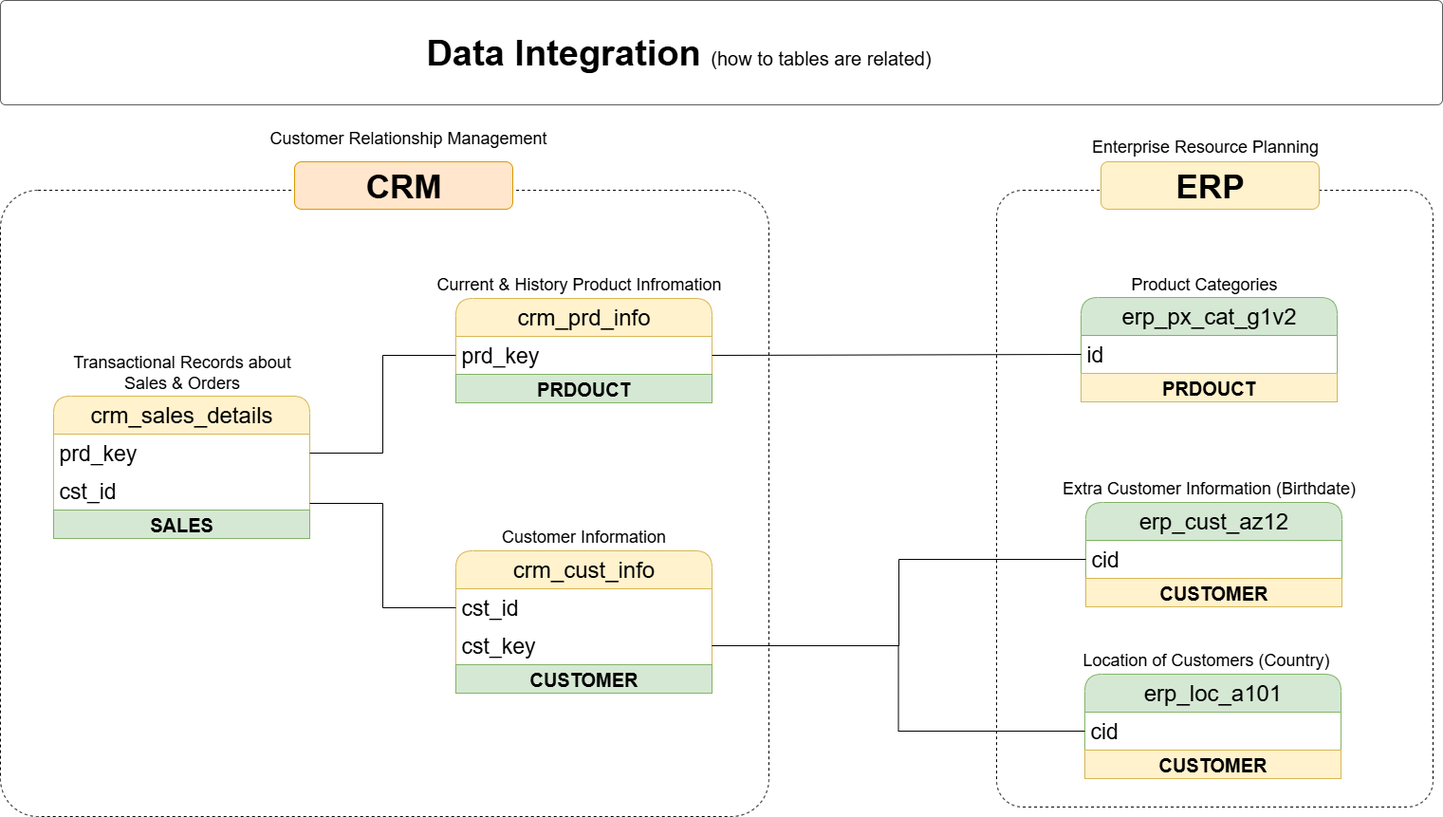
Above: docs/data_integration.png in Neha-22-data/sql-datawarehouse-project (draw.io), before the change. Source tidied: cells renumbered, new cells last; positions are measured from the earlier drawing's top-left corner, leaving out a move shared by most shapes.
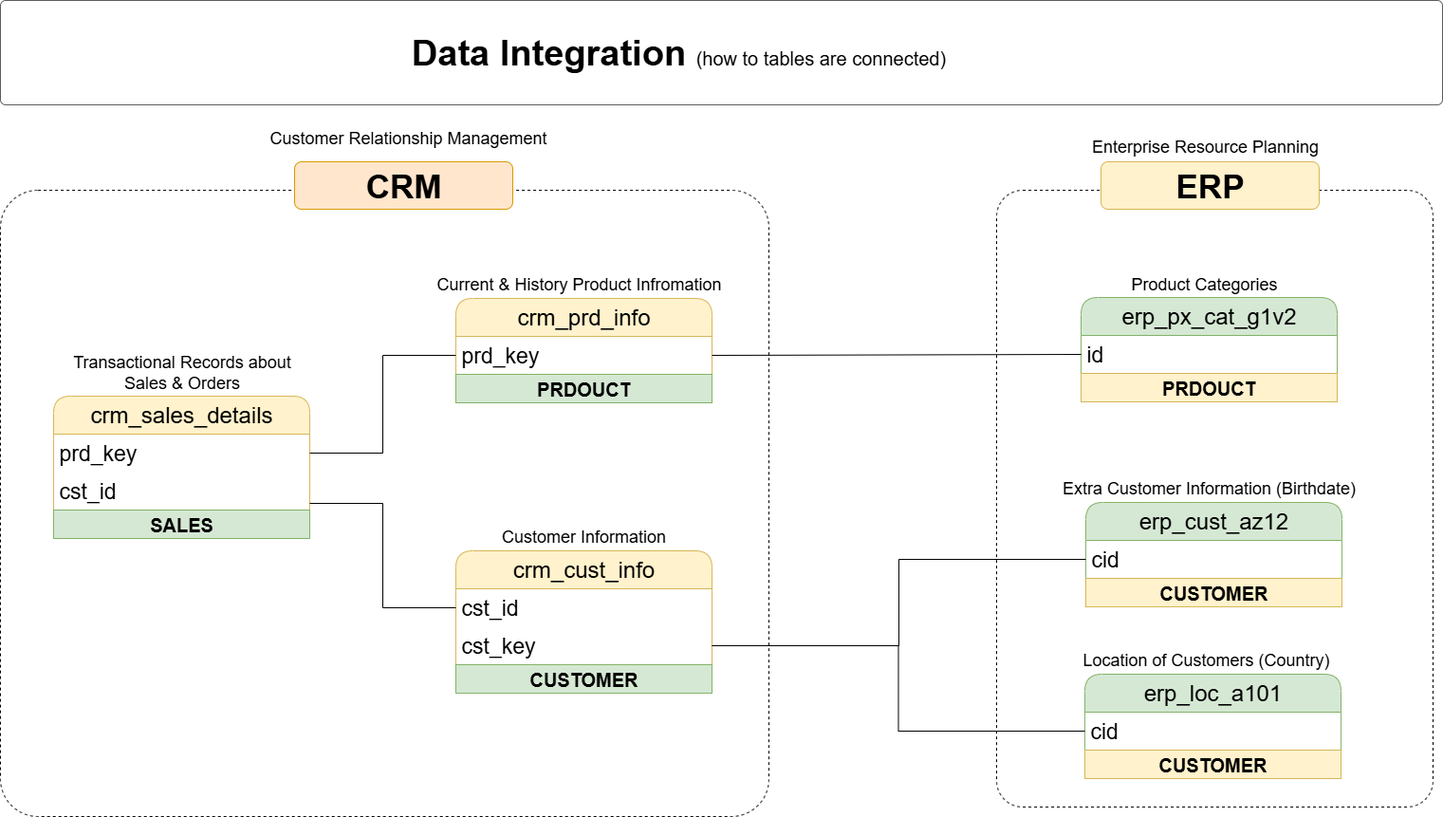
After the commit.

Change to the diagram source:
```diff
@@ -118,7 +118,7 @@
     <mxCell id="38" style="rounded=1;whiteSpace=wrap;html=1;fillColor=#FFFFFF;strokeColor=#5C5C5C;strokeWidth=1;arcSize=5;" parent="1" vertex="1">
       <mxGeometry width="1520" height="110" as="geometry" />
     </mxCell>
-    <mxCell id="39" value="&lt;b style=&quot;border-color: var(--border-color); font-size: 38px; text-align: left;&quot;&gt;Data Integration&amp;nbsp;&lt;/b&gt;&lt;font style=&quot;border-color: var(--border-color); text-align: left; font-size: 20px;&quot;&gt;(how to tables are related)&lt;/font&gt;" style="text;html=1;strokeColor=none;fillColor=none;align=center;verticalAlign=middle;whiteSpace=wrap;rounded=0;" parent="1" vertex="1">
+    <mxCell id="39" value="&lt;b style=&quot;border-color: var(--border-color); font-size: 38px; text-align: left;&quot;&gt;Data Integration&amp;nbsp;&lt;/b&gt;&lt;font style=&quot;border-color: var(--border-color); text-align: left; font-size: 20px;&quot;&gt;(how to tables are connected)&lt;/font&gt;" style="text;html=1;strokeColor=none;fillColor=none;align=center;verticalAlign=middle;whiteSpace=wrap;rounded=0;" parent="1" vertex="1">
       <mxGeometry x="430" y="30" width="570" height="50" as="geometry" />
     </mxCell>
     <mxCell id="40" style="endArrow=none;html=1;rounded=0;exitX=1;exitY=0.5;exitDx=0;exitDy=0;entryX=0;entryY=0.5;entryDx=0;entryDy=0;" parent="1" edge="1" source="10" target="29">
```
